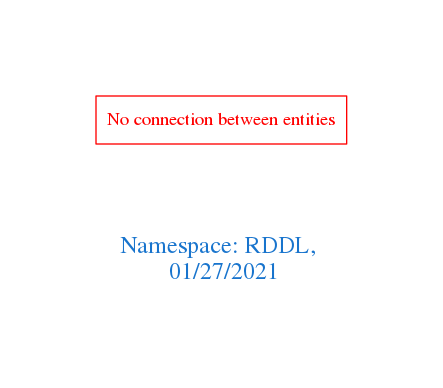
Above: downloads/RDDL.png in arago/OGIT (Graphviz), before the change. Its source is kept beside it as downloads/RDDL.dot.
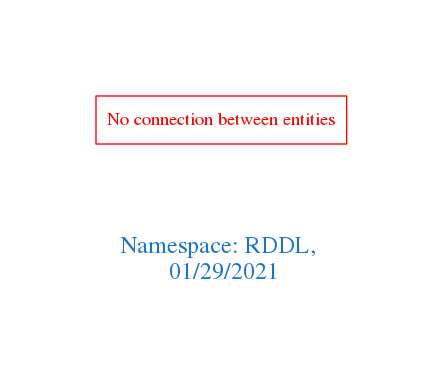
After the change.

Change to the diagram source:
```diff
@@ -1,7 +1,7 @@
 digraph OGIT_ontology {
  graph [ rankdir= LR,pad=1
 fontsize = 18,
-fontcolor= dodgerblue3,label = "\n\n\nNamespace: RDDL, \n 01/27/2021"];
+fontcolor= dodgerblue3,label = "\n\n\nNamespace: RDDL, \n 01/29/2021"];
 node[shape=polygon];
 edge [  color="gray81"];
 
```
